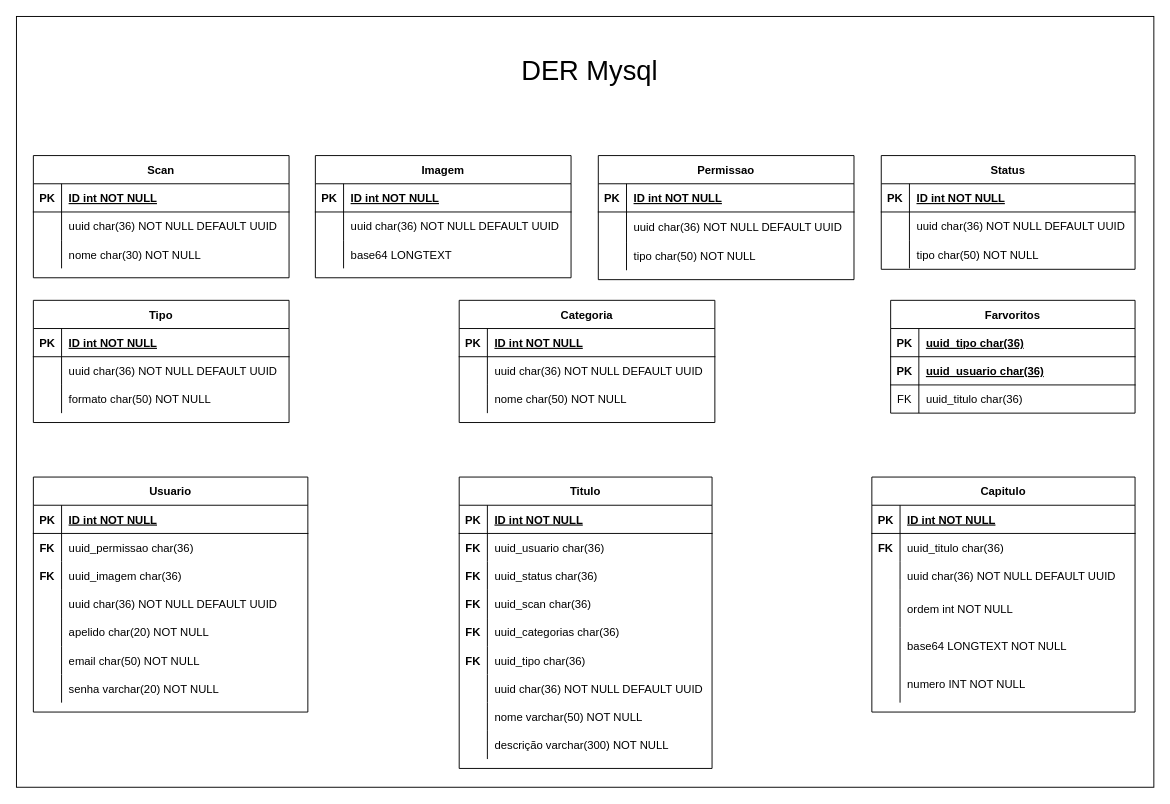
Before: DBA/DER.drawio in rogeriop1990cv/OpenReaderWeb, a draw.io diagram. Source tidied: cells renumbered, new cells numbered last; positions are measured from the earlier drawing's top-left corner, leaving out a move shared by most shapes. Both pictures are drawn from the tidied source at 94%, with x=0, y=0 at pixel (16, 16).
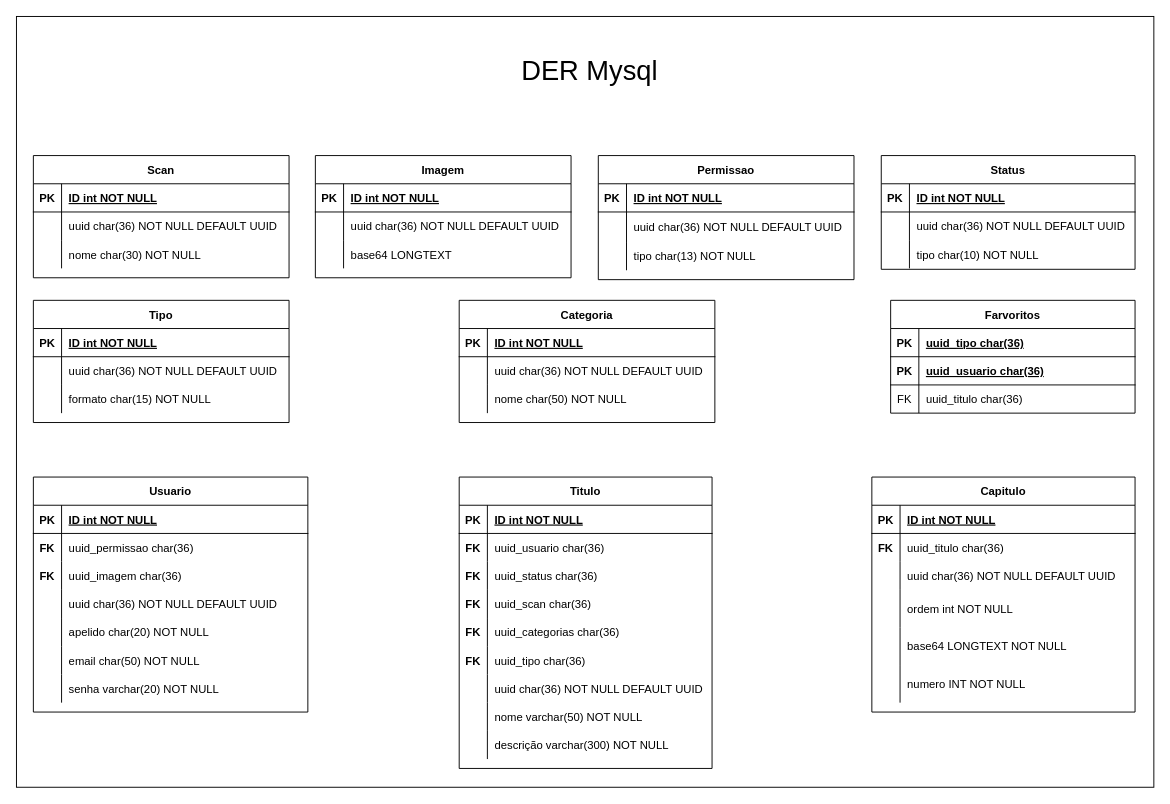
Above is the later version.

Commit message (it also covers changes not shown here):
update: diagrama de entidade e relacionamento mysql

The change refers to these unchanged cells:
```xml
<mxCell id="42" style="shape=partialRectangle;fillColor=none;top=0;left=0;right=0;bottom=0;" parent="35" vertex="1">
  <mxGeometry y="92" width="272" height="30" as="geometry" />
</mxCell>
<mxCell id="62" style="shape=partialRectangle;fillColor=none;top=0;left=0;right=0;bottom=0;" parent="55" vertex="1">
  <mxGeometry y="90" width="272" height="30" as="geometry" />
</mxCell>
<mxCell id="129" style="shape=partialRectangle;fillColor=none;top=0;left=0;right=0;bottom=0;" parent="122" vertex="1">
  <mxGeometry y="90" width="270" height="30" as="geometry" />
</mxCell>
```

What changed in the source:
```diff
@@
-    <mxCell id="44" value="tipo char(50) NOT NULL" style="shape=partialRectangle;overflow=hidden;fillColor=none;top=0;left=0;bottom=0;right=0;align=left;spacingLeft=6;" parent="42" vertex="1">
+    <mxCell id="44" value="tipo char(13) NOT NULL" style="shape=partialRectangle;overflow=hidden;fillColor=none;top=0;left=0;bottom=0;right=0;align=left;spacingLeft=6;" parent="42" vertex="1">
       <mxGeometry x="30" width="242" height="30" as="geometry" />
     </mxCell>
@@
-    <mxCell id="64" value="formato char(50) NOT NULL" style="shape=partialRectangle;overflow=hidden;fillColor=none;top=0;left=0;bottom=0;right=0;align=left;spacingLeft=6;" parent="62" vertex="1">
+    <mxCell id="64" value="formato char(15) NOT NULL" style="shape=partialRectangle;overflow=hidden;fillColor=none;top=0;left=0;bottom=0;right=0;align=left;spacingLeft=6;" parent="62" vertex="1">
       <mxGeometry x="30" width="242" height="30" as="geometry" />
     </mxCell>
@@
-    <mxCell id="131" value="tipo char(50) NOT NULL" style="shape=partialRectangle;overflow=hidden;fillColor=none;top=0;left=0;bottom=0;right=0;align=left;spacingLeft=6;" parent="129" vertex="1">
+    <mxCell id="131" value="tipo char(10) NOT NULL" style="shape=partialRectangle;overflow=hidden;fillColor=none;top=0;left=0;bottom=0;right=0;align=left;spacingLeft=6;" parent="129" vertex="1">
       <mxGeometry x="30" width="240" height="30" as="geometry" />
     </mxCell>
```
